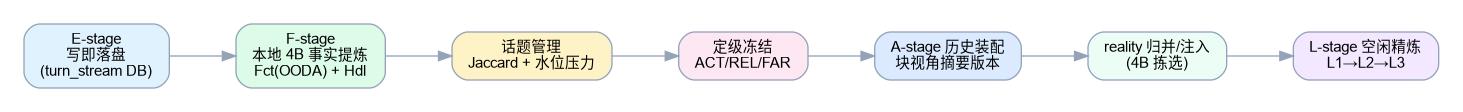
Above: docs/images/stages.png in i1j/context-assembler-hermes (Graphviz), before the change. Its source is kept beside it as docs/images/src/stages.dot. The source it was exported from:
```dot
digraph stages {
  rankdir=LR;
  graph [fontname="Helvetica", bgcolor="transparent", pad="0.25", nodesep="0.5", ranksep="0.7"];
  node [shape=box, style="rounded,filled", color="#94a3b8", fontname="Helvetica", fontsize=11, margin="0.16,0.09"];
  edge [color="#94a3b8", fontname="Helvetica", fontsize=10];
  e [label="E-stage\n写即落盘\n(turn_stream DB)", fillcolor="#e0f2fe"];
  f [label="F-stage\n本地 4B 事实提炼\nFct(OODA) + Hdl", fillcolor="#dcfce7"];
  t [label="话题管理\nJaccard + 水位压力", fillcolor="#fef3c7"];
  g [label="定级冻结\nACT/REL/FAR", fillcolor="#fce7f3"];
  a [label="A-stage 历史装配\n块视角摘要版本", fillcolor="#dbeafe"];
  r [label="reality 归并/注入\n(4B 拣选)", fillcolor="#ecfdf5"];
  l [label="L-stage 空闲精炼\nL1→L2→L3", fillcolor="#f3e8ff"];
  e -> f -> t -> g -> a -> r -> l;
}
```
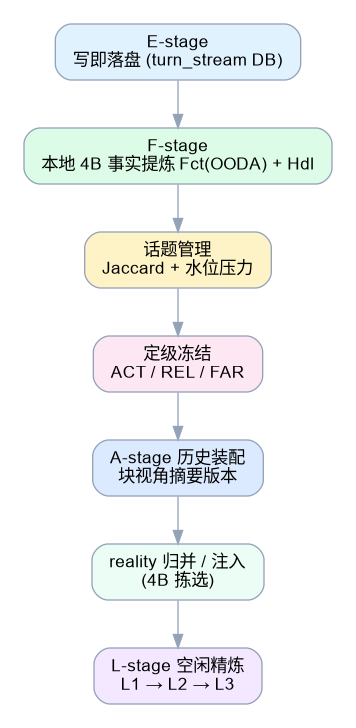
The same diagram one commit later.

Commit message:
docs: 阶段图改竖版 + 文字与正文适配（自然尺寸显示）

Diff of the diagram source:
```diff
@@ -1,14 +1,14 @@
 digraph stages {
-  rankdir=LR;
-  graph [fontname="Helvetica", bgcolor="transparent", pad="0.25", nodesep="0.5", ranksep="0.7"];
-  node [shape=box, style="rounded,filled", color="#94a3b8", fontname="Helvetica", fontsize=11, margin="0.16,0.09"];
-  edge [color="#94a3b8", fontname="Helvetica", fontsize=10];
-  e [label="E-stage\n写即落盘\n(turn_stream DB)", fillcolor="#e0f2fe"];
-  f [label="F-stage\n本地 4B 事实提炼\nFct(OODA) + Hdl", fillcolor="#dcfce7"];
+  rankdir=TB;
+  graph [fontname="Helvetica", bgcolor="transparent", pad="0.25", nodesep="0.5", ranksep="0.5"];
+  node [shape=box, style="rounded,filled", color="#94a3b8", fontname="Helvetica", fontsize=13, margin="0.18,0.10"];
+  edge [color="#94a3b8", fontname="Helvetica", fontsize=12];
+  e [label="E-stage\n写即落盘 (turn_stream DB)", fillcolor="#e0f2fe"];
+  f [label="F-stage\n本地 4B 事实提炼 Fct(OODA) + Hdl", fillcolor="#dcfce7"];
   t [label="话题管理\nJaccard + 水位压力", fillcolor="#fef3c7"];
-  g [label="定级冻结\nACT/REL/FAR", fillcolor="#fce7f3"];
+  g [label="定级冻结\nACT / REL / FAR", fillcolor="#fce7f3"];
   a [label="A-stage 历史装配\n块视角摘要版本", fillcolor="#dbeafe"];
-  r [label="reality 归并/注入\n(4B 拣选)", fillcolor="#ecfdf5"];
-  l [label="L-stage 空闲精炼\nL1→L2→L3", fillcolor="#f3e8ff"];
+  r [label="reality 归并 / 注入\n(4B 拣选)", fillcolor="#ecfdf5"];
+  l [label="L-stage 空闲精炼\nL1 → L2 → L3", fillcolor="#f3e8ff"];
   e -> f -> t -> g -> a -> r -> l;
 }
```
